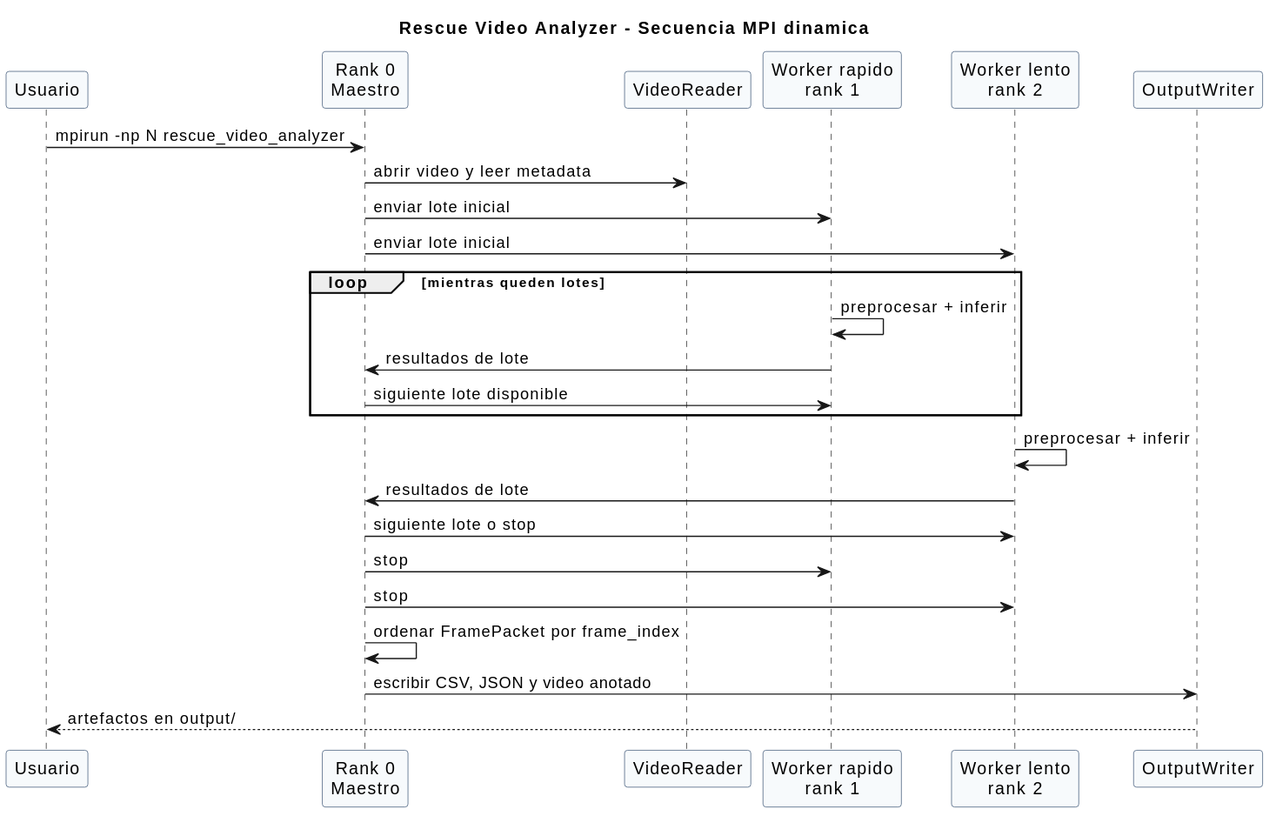
Above: docs/diagrams/mpi_sequence.svg in pablovalencia1404/mpi_video_analyzer (PlantUML), before the change.
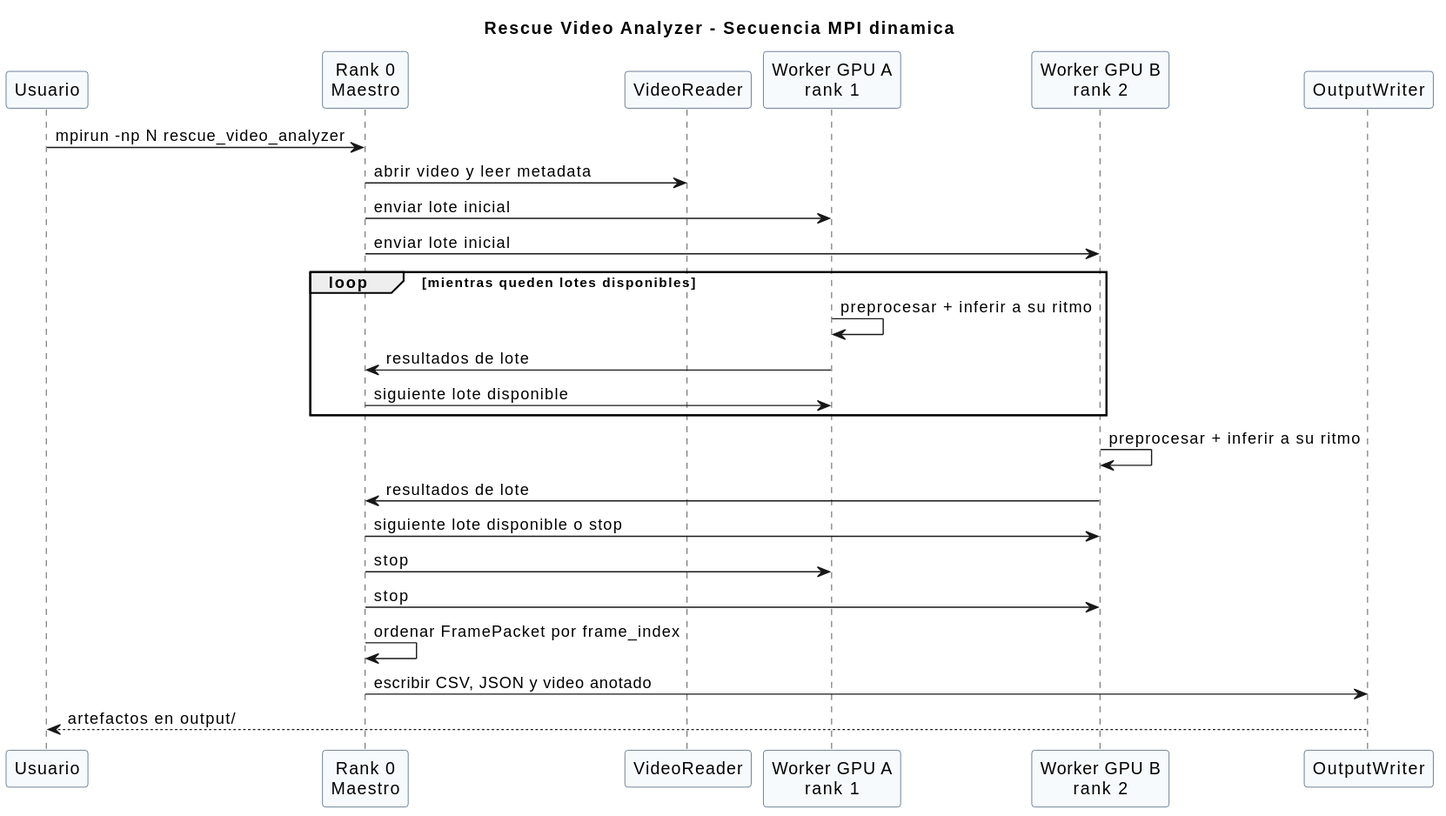
After the commit.

The edit, as a diff of the source:
```diff
@@ -10,27 +10,27 @@
 participant "Usuario" as User
 participant "Rank 0\nMaestro" as Master
 participant "VideoReader" as Reader
-participant "Worker rapido\nrank 1" as Fast
-participant "Worker lento\nrank 2" as Slow
+participant "Worker GPU A\nrank 1" as WorkerA
+participant "Worker GPU B\nrank 2" as WorkerB
 participant "OutputWriter" as Writer
 
 User -> Master : mpirun -np N rescue_video_analyzer
 Master -> Reader : abrir video y leer metadata
-Master -> Fast : enviar lote inicial
-Master -> Slow : enviar lote inicial
+Master -> WorkerA : enviar lote inicial
+Master -> WorkerB : enviar lote inicial
 
-loop mientras queden lotes
-  Fast -> Fast : preprocesar + inferir
-  Fast -> Master : resultados de lote
-  Master -> Fast : siguiente lote disponible
+loop mientras queden lotes disponibles
+  WorkerA -> WorkerA : preprocesar + inferir a su ritmo
+  WorkerA -> Master : resultados de lote
+  Master -> WorkerA : siguiente lote disponible
 end
 
-Slow -> Slow : preprocesar + inferir
-Slow -> Master : resultados de lote
-Master -> Slow : siguiente lote o stop
+WorkerB -> WorkerB : preprocesar + inferir a su ritmo
+WorkerB -> Master : resultados de lote
+Master -> WorkerB : siguiente lote disponible o stop
 
-Master -> Fast : stop
-Master -> Slow : stop
+Master -> WorkerA : stop
+Master -> WorkerB : stop
 Master -> Master : ordenar FramePacket por frame_index
 Master -> Writer : escribir CSV, JSON y video anotado
 Writer --> User : artefactos en output/
```
